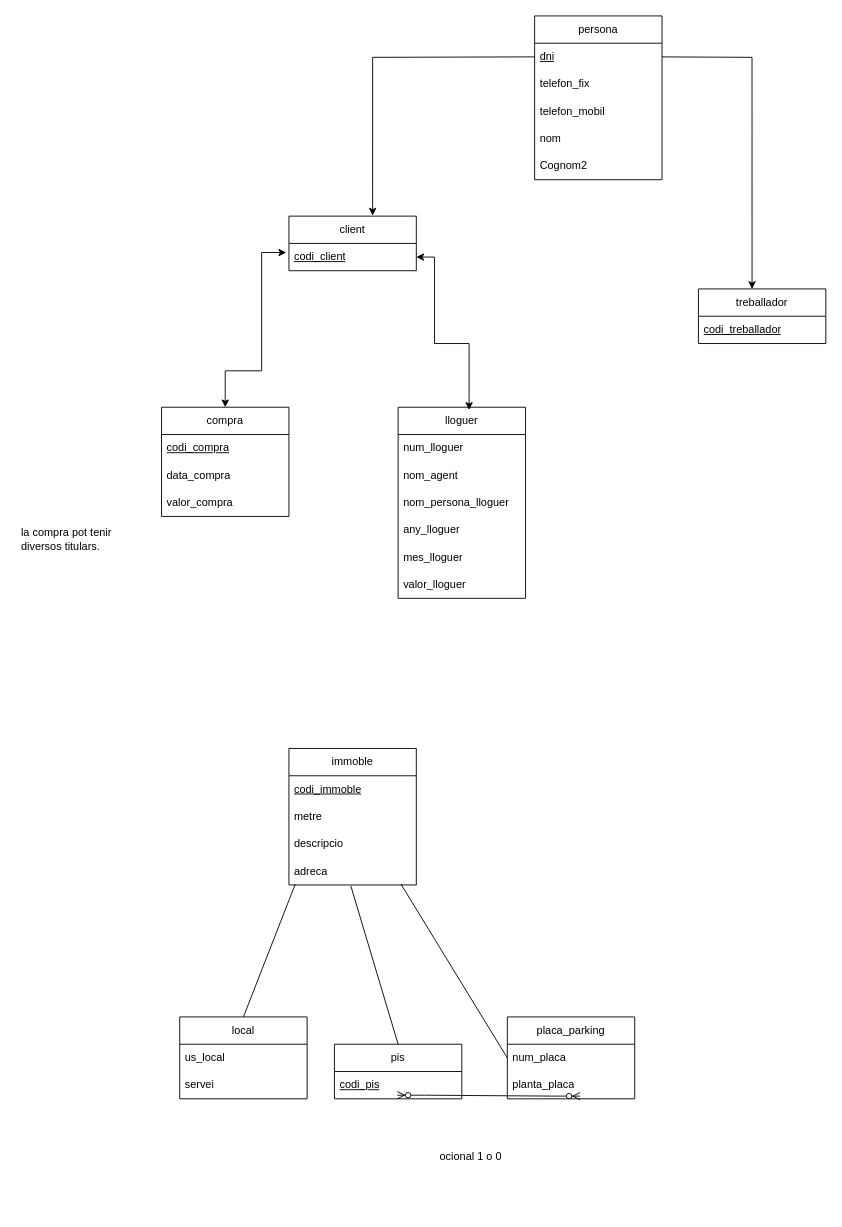
Above: M02_RA2_PT1(2).drawio in victor06-git/Progam_with_Victor (draw.io), before the change. Source tidied: cells renumbered, new cells numbered last; positions are measured from the earlier drawing's top-left corner, leaving out a move shared by most shapes. Both pictures are drawn from the tidied source at 91%, with x=0, y=0 at pixel (15, 15).
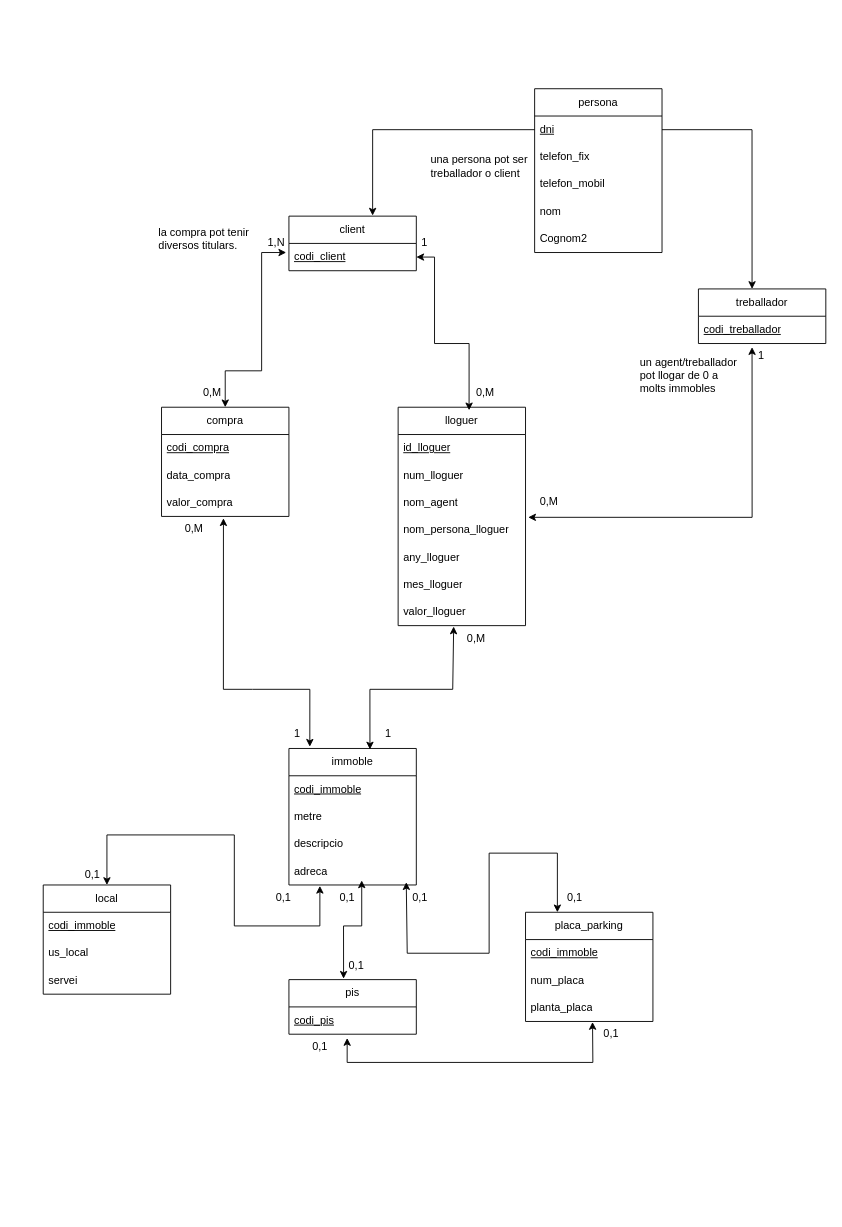
The same page after the edit.

The change refers to these unchanged cells:
```xml
<mxCell id="2" value="client" style="swimlane;fontStyle=0;horizontal=1;startSize=30;whiteSpace=wrap;html=1;" parent="1" vertex="1">
  <mxGeometry x="300" y="220" width="140" height="60" as="geometry" />
</mxCell>
<mxCell id="4" value="treballador" style="swimlane;fontStyle=0;horizontal=1;startSize=30;whiteSpace=wrap;html=1;" parent="1" vertex="1">
  <mxGeometry x="750" y="300" width="140" height="60" as="geometry" />
</mxCell>
<mxCell id="5" value="&lt;u&gt;codi_treballador&lt;/u&gt;" style="text;strokeColor=none;fillColor=none;align=left;verticalAlign=middle;spacingLeft=4;spacingRight=4;overflow=hidden;points=[[0,0.5],[1,0.5]];portConstraint=eastwest;whiteSpace=wrap;html=1;" parent="4" vertex="1">
  <mxGeometry y="30" width="140" height="30" as="geometry" />
</mxCell>
<mxCell id="6" value="immoble" style="swimlane;fontStyle=0;horizontal=1;startSize=30;whiteSpace=wrap;html=1;" parent="1" vertex="1">
  <mxGeometry x="300" y="805" width="140" height="150" as="geometry" />
</mxCell>
<mxCell id="10" value="adreca" style="text;strokeColor=none;fillColor=none;align=left;verticalAlign=middle;spacingLeft=4;spacingRight=4;overflow=hidden;points=[[0,0.5],[1,0.5]];portConstraint=eastwest;whiteSpace=wrap;html=1;" parent="6" vertex="1">
  <mxGeometry y="120" width="140" height="30" as="geometry" />
</mxCell>
<mxCell id="12" value="&lt;u&gt;codi_pis&lt;/u&gt;" style="text;strokeColor=none;fillColor=none;align=left;verticalAlign=middle;spacingLeft=4;spacingRight=4;overflow=hidden;points=[[0,0.5],[1,0.5]];portConstraint=eastwest;whiteSpace=wrap;html=1;" parent="11" vertex="1">
  <mxGeometry y="30" width="140" height="30" as="geometry" />
</mxCell>
<mxCell id="22" value="valor_compra" style="text;strokeColor=none;fillColor=none;align=left;verticalAlign=middle;spacingLeft=4;spacingRight=4;overflow=hidden;points=[[0,0.5],[1,0.5]];portConstraint=eastwest;whiteSpace=wrap;html=1;" parent="19" vertex="1">
  <mxGeometry y="90" width="140" height="30" as="geometry" />
</mxCell>
<mxCell id="39" value="&lt;u&gt;dni&lt;/u&gt;" style="text;strokeColor=none;fillColor=none;align=left;verticalAlign=middle;spacingLeft=4;spacingRight=4;overflow=hidden;points=[[0,0.5],[1,0.5]];portConstraint=eastwest;whiteSpace=wrap;html=1;" parent="38" vertex="1">
  <mxGeometry y="30" width="140" height="30" as="geometry" />
</mxCell>
```

The edit, as a diff of the source:
```diff
@@
     <mxCell id="11" value="pis" style="swimlane;fontStyle=0;horizontal=1;startSize=30;whiteSpace=wrap;html=1;" parent="1" vertex="1">
-      <mxGeometry x="350" y="1130" width="140" height="60" as="geometry" />
+      <mxGeometry x="300" y="1059" width="140" height="60" as="geometry" />
     </mxCell>
@@
     <mxCell id="13" value="local" style="swimlane;fontStyle=0;horizontal=1;startSize=30;whiteSpace=wrap;html=1;" parent="1" vertex="1">
-      <mxGeometry x="180" y="1100" width="140" height="90" as="geometry" />
+      <mxGeometry x="30" y="955" width="140" height="120" as="geometry" />
     </mxCell>
+    <mxCell id="46" value="&lt;u&gt;codi_immoble&lt;/u&gt;" style="text;strokeColor=none;fillColor=none;align=left;verticalAlign=middle;spacingLeft=4;spacingRight=4;overflow=hidden;whiteSpace=wrap;html=1;" parent="13" vertex="1">
+      <mxGeometry y="30" width="140" height="30" as="geometry" />
+    </mxCell>
     <mxCell id="14" value="us_local" style="text;strokeColor=none;fillColor=none;align=left;verticalAlign=middle;spacingLeft=4;spacingRight=4;overflow=hidden;whiteSpace=wrap;html=1;" parent="13" vertex="1">
-      <mxGeometry y="30" width="140" height="30" as="geometry" />
+      <mxGeometry y="60" width="140" height="30" as="geometry" />
     </mxCell>
     <mxCell id="15" value="servei" style="text;strokeColor=none;fillColor=none;align=left;verticalAlign=middle;spacingLeft=4;spacingRight=4;overflow=hidden;whiteSpace=wrap;html=1;" parent="13" vertex="1">
-      <mxGeometry y="60" width="140" height="30" as="geometry" />
+      <mxGeometry y="90" width="140" height="30" as="geometry" />
     </mxCell>
     <mxCell id="16" value="placa_parking" style="swimlane;fontStyle=0;horizontal=1;startSize=30;whiteSpace=wrap;html=1;" parent="1" vertex="1">
-      <mxGeometry x="540" y="1100" width="140" height="90" as="geometry" />
+      <mxGeometry x="560" y="985" width="140" height="120" as="geometry" />
     </mxCell>
+    <mxCell id="47" value="&lt;u&gt;codi_immoble&lt;/u&gt;" style="text;strokeColor=none;fillColor=none;align=left;verticalAlign=middle;spacingLeft=4;spacingRight=4;overflow=hidden;whiteSpace=wrap;html=1;" parent="16" vertex="1">
+      <mxGeometry y="30" width="140" height="30" as="geometry" />
+    </mxCell>
     <mxCell id="17" value="num_placa" style="text;strokeColor=none;fillColor=none;align=left;verticalAlign=middle;spacingLeft=4;spacingRight=4;overflow=hidden;points=[[0,0.5],[1,0.5]];portConstraint=eastwest;whiteSpace=wrap;html=1;" parent="16" vertex="1">
-      <mxGeometry y="30" width="140" height="30" as="geometry" />
+      <mxGeometry y="60" width="140" height="30" as="geometry" />
     </mxCell>
     <mxCell id="18" value="planta_placa" style="text;strokeColor=none;fillColor=none;align=left;verticalAlign=middle;spacingLeft=4;spacingRight=4;overflow=hidden;points=[[0,0.5],[1,0.5]];portConstraint=eastwest;whiteSpace=wrap;html=1;" parent="16" vertex="1">
-      <mxGeometry y="60" width="140" height="30" as="geometry" />
+      <mxGeometry y="90" width="140" height="30" as="geometry" />
     </mxCell>
@@
     <mxCell id="23" value="lloguer" style="swimlane;fontStyle=0;horizontal=1;startSize=30;whiteSpace=wrap;html=1;" parent="1" vertex="1">
-      <mxGeometry x="420" y="430" width="140" height="210" as="geometry" />
+      <mxGeometry x="420" y="430" width="140" height="240" as="geometry" />
     </mxCell>
+    <mxCell id="48" value="&lt;u&gt;id_lloguer&lt;/u&gt;" style="text;strokeColor=none;fillColor=none;align=left;verticalAlign=middle;spacingLeft=4;spacingRight=4;overflow=hidden;whiteSpace=wrap;html=1;" parent="23" vertex="1">
+      <mxGeometry y="30" width="140" height="30" as="geometry" />
+    </mxCell>
     <mxCell id="24" value="num_lloguer" style="text;strokeColor=none;fillColor=none;align=left;verticalAlign=middle;spacingLeft=4;spacingRight=4;overflow=hidden;whiteSpace=wrap;html=1;" parent="23" vertex="1">
-      <mxGeometry y="30" width="140" height="30" as="geometry" />
+      <mxGeometry y="60" width="140" height="30" as="geometry" />
     </mxCell>
     <mxCell id="25" value="nom_agent" style="text;strokeColor=none;fillColor=none;align=left;verticalAlign=middle;spacingLeft=4;spacingRight=4;overflow=hidden;whiteSpace=wrap;html=1;" parent="23" vertex="1">
-      <mxGeometry y="60" width="140" height="30" as="geometry" />
+      <mxGeometry y="90" width="140" height="30" as="geometry" />
     </mxCell>
     <mxCell id="26" value="nom_persona_lloguer" style="text;strokeColor=none;fillColor=none;align=left;verticalAlign=middle;spacingLeft=4;spacingRight=4;overflow=hidden;points=[[0,0.5],[1,0.5]];portConstraint=eastwest;whiteSpace=wrap;html=1;" parent="23" vertex="1">
-      <mxGeometry y="90" width="140" height="30" as="geometry" />
+      <mxGeometry y="120" width="140" height="30" as="geometry" />
     </mxCell>
     <mxCell id="27" value="any_lloguer" style="text;strokeColor=none;fillColor=none;align=left;verticalAlign=middle;spacingLeft=4;spacingRight=4;overflow=hidden;whiteSpace=wrap;html=1;" parent="23" vertex="1">
-      <mxGeometry y="120" width="140" height="30" as="geometry" />
+      <mxGeometry y="150" width="140" height="30" as="geometry" />
     </mxCell>
     <mxCell id="28" value="mes_lloguer" style="text;strokeColor=none;fillColor=none;align=left;verticalAlign=middle;spacingLeft=4;spacingRight=4;overflow=hidden;whiteSpace=wrap;html=1;" parent="23" vertex="1">
-      <mxGeometry y="150" width="140" height="30" as="geometry" />
+      <mxGeometry y="180" width="140" height="30" as="geometry" />
     </mxCell>
     <mxCell id="29" value="valor_lloguer" style="text;strokeColor=none;fillColor=none;align=left;verticalAlign=middle;spacingLeft=4;spacingRight=4;overflow=hidden;points=[[0,0.5],[1,0.5]];portConstraint=eastwest;whiteSpace=wrap;html=1;" parent="23" vertex="1">
-      <mxGeometry y="180" width="140" height="30" as="geometry" />
+      <mxGeometry y="210" width="140" height="30" as="geometry" />
     </mxCell>
-    <mxCell id="30" style="endArrow=none;html=1;rounded=0;entryX=0.879;entryY=0.967;entryDx=0;entryDy=0;exitX=0;exitY=0.5;exitDx=0;exitDy=0;entryPerimeter=0;" parent="1" edge="1" source="17" target="10">
-      <mxGeometry relative="1" as="geometry" />
-    </mxCell>
-    <mxCell id="31" style="endArrow=none;html=1;rounded=0;entryX=0.05;entryY=0.967;entryDx=0;entryDy=0;exitX=0.5;exitY=0;exitDx=0;exitDy=0;entryPerimeter=0;" parent="1" edge="1" source="13" target="10">
-      <mxGeometry relative="1" as="geometry" />
-    </mxCell>
-    <mxCell id="32" style="endArrow=none;html=1;rounded=0;entryX=0.486;entryY=1.033;entryDx=0;entryDy=0;exitX=0.5;exitY=0;exitDx=0;exitDy=0;entryPerimeter=0;" parent="1" edge="1" source="11" target="10">
-      <mxGeometry relative="1" as="geometry" />
-    </mxCell>
-    <mxCell id="33" style="edgeStyle=orthogonalEdgeStyle;rounded=0;jettySize=auto;html=1;exitX=0;exitY=0.5;exitDx=0;exitDy=0;entryX=0.657;entryY=-0.01;entryDx=0;entryDy=0;entryPerimeter=0;" parent="1" edge="1" target="2">
-      <mxGeometry relative="1" as="geometry">
-        <mxPoint x="570" y="45" as="sourcePoint" />
-      </mxGeometry>
+    <mxCell id="33" style="edgeStyle=orthogonalEdgeStyle;rounded=0;jettySize=auto;html=1;exitX=0;exitY=0.5;exitDx=0;exitDy=0;entryX=0.657;entryY=-0.01;entryDx=0;entryDy=0;entryPerimeter=0;" parent="1" edge="1" source="39" target="2">
+      <mxGeometry relative="1" as="geometry" />
     </mxCell>
-    <mxCell id="34" style="edgeStyle=orthogonalEdgeStyle;rounded=0;jettySize=auto;html=1;exitX=1;exitY=0.5;exitDx=0;exitDy=0;entryX=0.421;entryY=0;entryDx=0;entryDy=0;entryPerimeter=0;" parent="1" edge="1" target="4">
-      <mxGeometry relative="1" as="geometry">
-        <mxPoint x="710" y="45" as="sourcePoint" />
-      </mxGeometry>
+    <mxCell id="34" style="edgeStyle=orthogonalEdgeStyle;rounded=0;jettySize=auto;html=1;exitX=1;exitY=0.5;exitDx=0;exitDy=0;entryX=0.421;entryY=0;entryDx=0;entryDy=0;entryPerimeter=0;" parent="1" edge="1" source="39" target="4">
+      <mxGeometry relative="1" as="geometry" />
     </mxCell>
     <mxCell id="35" value="la compra pot tenir diversos titulars." style="text;strokeColor=none;fillColor=none;align=left;verticalAlign=middle;spacingLeft=4;spacingRight=4;overflow=hidden;whiteSpace=wrap;html=1;" parent="1" vertex="1">
-      <mxGeometry y="550" width="120" height="50" as="geometry" />
+      <mxGeometry x="151" y="220" width="120" height="50" as="geometry" />
     </mxCell>
-    <mxCell id="36" style="edgeStyle=entityRelationEdgeStyle;fontSize=12;html=1;endArrow=ERzeroToMany;endFill=1;startArrow=ERzeroToMany;rounded=0;exitX=0.493;exitY=0.867;exitDx=0;exitDy=0;exitPerimeter=0;entryX=0.571;entryY=0.9;entryDx=0;entryDy=0;entryPerimeter=0;" parent="1" edge="1" source="12" target="18">
-      <mxGeometry relative="1" as="geometry">
-        <Array as="points">
-          <mxPoint x="510" y="1260" />
-        </Array>
-      </mxGeometry>
-    </mxCell>
-    <mxCell id="37" value="ocional 1 o 0" style="text;strokeColor=none;fillColor=none;spacingLeft=4;spacingRight=4;overflow=hidden;fontSize=12;whiteSpace=wrap;html=1;" parent="1" vertex="1">
-      <mxGeometry x="460" y="1240" width="110" height="70" as="geometry" />
-    </mxCell>
     <mxCell id="38" value="persona" style="swimlane;fontStyle=0;horizontal=1;startSize=30;whiteSpace=wrap;html=1;" parent="1" vertex="1">
-      <mxGeometry x="570" width="140" height="180" as="geometry" />
+      <mxGeometry x="570" y="80" width="140" height="180" as="geometry" />
     </mxCell>
@@
+    <mxCell id="49" style="endArrow=classic;startArrow=classic;html=1;rounded=0;entryX=0.486;entryY=1.067;entryDx=0;entryDy=0;entryPerimeter=0;exitX=0.164;exitY=-0.013;exitDx=0;exitDy=0;exitPerimeter=0;" parent="1" edge="1" source="6" target="22">
+      <mxGeometry relative="1" as="geometry">
+        <Array as="points">
+          <mxPoint x="323" y="740" />
+          <mxPoint x="260" y="740" />
+          <mxPoint x="228" y="740" />
+        </Array>
+      </mxGeometry>
+    </mxCell>
+    <mxCell id="50" style="endArrow=classic;startArrow=classic;html=1;rounded=0;entryX=0.436;entryY=1.033;entryDx=0;entryDy=0;entryPerimeter=0;exitX=0.636;exitY=0.007;exitDx=0;exitDy=0;exitPerimeter=0;" parent="1" edge="1" source="6" target="29">
+      <mxGeometry relative="1" as="geometry">
+        <Array as="points">
+          <mxPoint x="389" y="740" />
+          <mxPoint x="480" y="740" />
+        </Array>
+      </mxGeometry>
+    </mxCell>
+    <mxCell id="31" style="endArrow=classic;startArrow=classic;html=1;rounded=0;exitX=0.5;exitY=0;exitDx=0;exitDy=0;entryX=0.243;entryY=1.033;entryDx=0;entryDy=0;entryPerimeter=0;" parent="1" edge="1" source="13" target="10">
+      <mxGeometry relative="1" as="geometry">
+        <Array as="points">
+          <mxPoint x="100" y="900" />
+          <mxPoint x="240" y="900" />
+          <mxPoint x="240" y="1000" />
+          <mxPoint x="334" y="1000" />
+        </Array>
+      </mxGeometry>
+    </mxCell>
+    <mxCell id="51" style="endArrow=classic;startArrow=classic;html=1;rounded=0;exitX=0.429;exitY=-0.017;exitDx=0;exitDy=0;exitPerimeter=0;" parent="1" edge="1" source="11">
+      <mxGeometry relative="1" as="geometry">
+        <mxPoint x="380" y="950" as="targetPoint" />
+        <Array as="points">
+          <mxPoint x="360" y="1000" />
+          <mxPoint x="380" y="1000" />
+        </Array>
+      </mxGeometry>
+    </mxCell>
+    <mxCell id="52" style="endArrow=classic;startArrow=classic;html=1;rounded=0;exitX=0.25;exitY=0;exitDx=0;exitDy=0;entryX=0.921;entryY=0.9;entryDx=0;entryDy=0;entryPerimeter=0;" parent="1" edge="1" source="16" target="10">
+      <mxGeometry relative="1" as="geometry">
+        <Array as="points">
+          <mxPoint x="595" y="920" />
+          <mxPoint x="520" y="920" />
+          <mxPoint x="520" y="1030" />
+          <mxPoint x="430" y="1030" />
+        </Array>
+      </mxGeometry>
+    </mxCell>
+    <mxCell id="53" style="endArrow=classic;startArrow=classic;html=1;rounded=0;entryX=0.421;entryY=1.133;entryDx=0;entryDy=0;entryPerimeter=0;exitX=1.021;exitY=0.033;exitDx=0;exitDy=0;exitPerimeter=0;" parent="1" edge="1" source="26" target="5">
+      <mxGeometry relative="1" as="geometry">
+        <Array as="points">
+          <mxPoint x="809" y="551" />
+        </Array>
+      </mxGeometry>
+    </mxCell>
+    <mxCell id="54" style="endArrow=classic;startArrow=classic;html=1;rounded=0;exitX=1.1;exitY=0.14;exitDx=0;exitDy=0;exitPerimeter=0;entryX=0.526;entryY=1.02;entryDx=0;entryDy=0;entryPerimeter=0;" parent="1" edge="1" source="55" target="18">
+      <mxGeometry relative="1" as="geometry">
+        <Array as="points">
+          <mxPoint x="364" y="1150" />
+          <mxPoint x="634" y="1150" />
+        </Array>
+      </mxGeometry>
+    </mxCell>
+    <mxCell id="55" value="0,1" style="text;strokeColor=none;fillColor=none;spacingLeft=4;spacingRight=4;overflow=hidden;points=[[0,0.5],[1,0.5]];portConstraint=eastwest;fontSize=12;whiteSpace=wrap;html=1;" parent="1" vertex="1">
+      <mxGeometry x="320" y="1119" width="40" height="30" as="geometry" />
+    </mxCell>
+    <mxCell id="56" value="0,1" style="text;strokeColor=none;fillColor=none;spacingLeft=4;spacingRight=4;overflow=hidden;fontSize=12;whiteSpace=wrap;html=1;" parent="1" vertex="1">
+      <mxGeometry x="640" y="1105" width="40" height="30" as="geometry" />
+    </mxCell>
+    <mxCell id="57" value="0,1" style="text;strokeColor=none;fillColor=none;spacingLeft=4;spacingRight=4;overflow=hidden;fontSize=12;whiteSpace=wrap;html=1;" parent="1" vertex="1">
+      <mxGeometry x="70" y="930" width="40" height="30" as="geometry" />
+    </mxCell>
+    <mxCell id="58" value="0,1" style="text;strokeColor=none;fillColor=none;spacingLeft=4;spacingRight=4;overflow=hidden;fontSize=12;whiteSpace=wrap;html=1;" parent="1" vertex="1">
+      <mxGeometry x="360" y="1030" width="40" height="30" as="geometry" />
+    </mxCell>
+    <mxCell id="59" value="0,1" style="text;strokeColor=none;fillColor=none;spacingLeft=4;spacingRight=4;overflow=hidden;fontSize=12;whiteSpace=wrap;html=1;" parent="1" vertex="1">
+      <mxGeometry x="600" y="955" width="40" height="30" as="geometry" />
+    </mxCell>
+    <mxCell id="60" value="0,1" style="text;strokeColor=none;fillColor=none;spacingLeft=4;spacingRight=4;overflow=hidden;fontSize=12;whiteSpace=wrap;html=1;" parent="1" vertex="1">
+      <mxGeometry x="350" y="955" width="40" height="30" as="geometry" />
+    </mxCell>
+    <mxCell id="61" value="0,1" style="text;strokeColor=none;fillColor=none;spacingLeft=4;spacingRight=4;overflow=hidden;fontSize=12;whiteSpace=wrap;html=1;" parent="1" vertex="1">
+      <mxGeometry x="430" y="955" width="40" height="30" as="geometry" />
+    </mxCell>
+    <mxCell id="62" value="0,1" style="text;strokeColor=none;fillColor=none;spacingLeft=4;spacingRight=4;overflow=hidden;fontSize=12;whiteSpace=wrap;html=1;" parent="1" vertex="1">
+      <mxGeometry x="280" y="955" width="40" height="30" as="geometry" />
+    </mxCell>
+    <mxCell id="63" value="1,N" style="text;strokeColor=none;fillColor=none;spacingLeft=4;spacingRight=4;overflow=hidden;fontSize=12;whiteSpace=wrap;html=1;" parent="1" vertex="1">
+      <mxGeometry x="271" y="235" width="40" height="30" as="geometry" />
+    </mxCell>
+    <mxCell id="64" value="0,M" style="text;strokeColor=none;fillColor=none;spacingLeft=4;spacingRight=4;overflow=hidden;fontSize=12;whiteSpace=wrap;html=1;" parent="1" vertex="1">
+      <mxGeometry x="200" y="400" width="40" height="30" as="geometry" />
+    </mxCell>
+    <mxCell id="65" value="0,M" style="text;strokeColor=none;fillColor=none;spacingLeft=4;spacingRight=4;overflow=hidden;fontSize=12;whiteSpace=wrap;html=1;" parent="1" vertex="1">
+      <mxGeometry x="500" y="400" width="40" height="30" as="geometry" />
+    </mxCell>
+    <mxCell id="66" value="1" style="text;strokeColor=none;fillColor=none;spacingLeft=4;spacingRight=4;overflow=hidden;fontSize=12;whiteSpace=wrap;html=1;" parent="1" vertex="1">
+      <mxGeometry x="440" y="235" width="40" height="30" as="geometry" />
+    </mxCell>
+    <mxCell id="67" value="1" style="text;strokeColor=none;fillColor=none;spacingLeft=4;spacingRight=4;overflow=hidden;fontSize=12;whiteSpace=wrap;html=1;" parent="1" vertex="1">
+      <mxGeometry x="300" y="775" width="40" height="30" as="geometry" />
+    </mxCell>
+    <mxCell id="68" value="1" style="text;strokeColor=none;fillColor=none;spacingLeft=4;spacingRight=4;overflow=hidden;fontSize=12;whiteSpace=wrap;html=1;" parent="1" vertex="1">
+      <mxGeometry x="400" y="775" width="40" height="30" as="geometry" />
+    </mxCell>
+    <mxCell id="69" value="0,M" style="text;strokeColor=none;fillColor=none;spacingLeft=4;spacingRight=4;overflow=hidden;fontSize=12;whiteSpace=wrap;html=1;" parent="1" vertex="1">
+      <mxGeometry x="180" y="550" width="40" height="30" as="geometry" />
+    </mxCell>
+    <mxCell id="70" value="0,M" style="text;strokeColor=none;fillColor=none;spacingLeft=4;spacingRight=4;overflow=hidden;fontSize=12;whiteSpace=wrap;html=1;" parent="1" vertex="1">
+      <mxGeometry x="490" y="670" width="40" height="30" as="geometry" />
+    </mxCell>
+    <mxCell id="71" value="0,M" style="text;strokeColor=none;fillColor=none;spacingLeft=4;spacingRight=4;overflow=hidden;fontSize=12;whiteSpace=wrap;html=1;" parent="1" vertex="1">
+      <mxGeometry x="570" y="520" width="40" height="30" as="geometry" />
+    </mxCell>
+    <mxCell id="72" value="1" style="text;strokeColor=none;fillColor=none;spacingLeft=4;spacingRight=4;overflow=hidden;fontSize=12;whiteSpace=wrap;html=1;" parent="1" vertex="1">
+      <mxGeometry x="810" y="360" width="40" height="30" as="geometry" />
+    </mxCell>
+    <mxCell id="73" value="un agent/treballador&lt;div&gt;pot llogar de 0 a molts immobles&lt;/div&gt;" style="text;strokeColor=none;fillColor=none;align=left;verticalAlign=middle;spacingLeft=4;spacingRight=4;overflow=hidden;whiteSpace=wrap;html=1;" parent="1" vertex="1">
+      <mxGeometry x="680" y="370" width="120" height="50" as="geometry" />
+    </mxCell>
+    <mxCell id="74" value="una persona pot ser treballador o client" style="text;strokeColor=none;fillColor=none;align=left;verticalAlign=middle;spacingLeft=4;spacingRight=4;overflow=hidden;whiteSpace=wrap;html=1;" parent="1" vertex="1">
+      <mxGeometry x="450" y="140" width="120" height="50" as="geometry" />
+    </mxCell>
```
